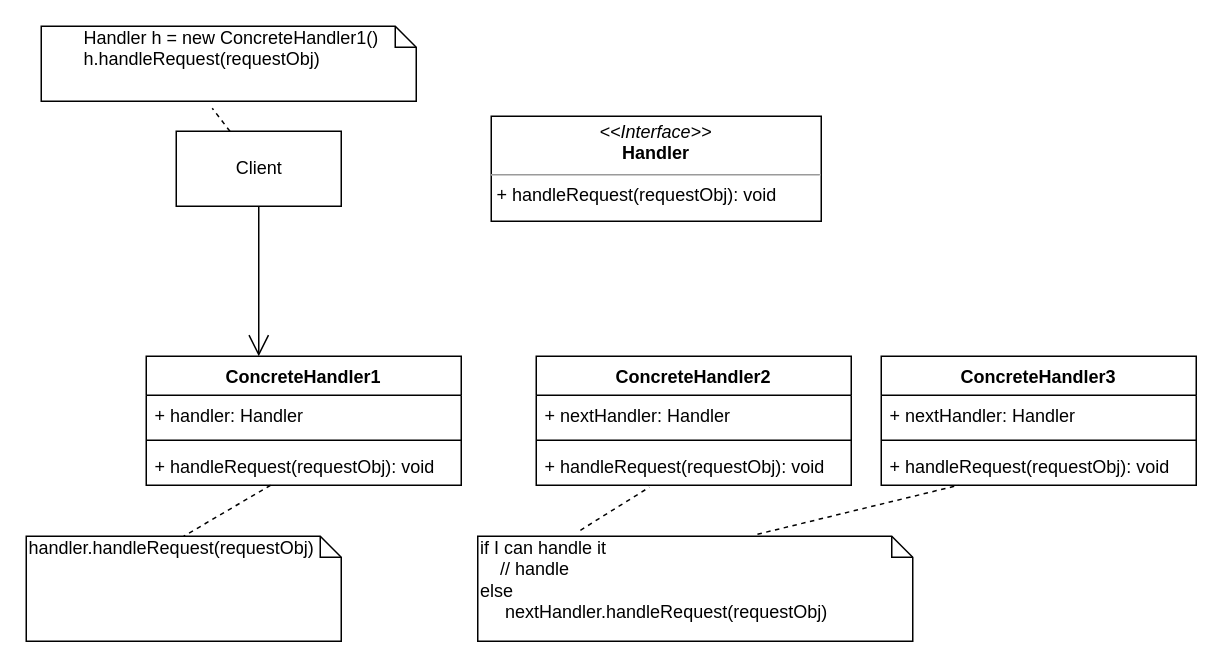
Earlier version of the draw.io diagram out/production/TIJ/DesignPatterns/behavioral/ChainOfResponsibility.drawio (pratik-sinhal/Programs). Source tidied: cells renumbered, new cells numbered last; positions are measured from the earlier drawing's top-left corner, leaving out a move shared by most shapes. Both pictures are drawn from the tidied source at 150%, with x=0, y=0 at pixel (26, 26).
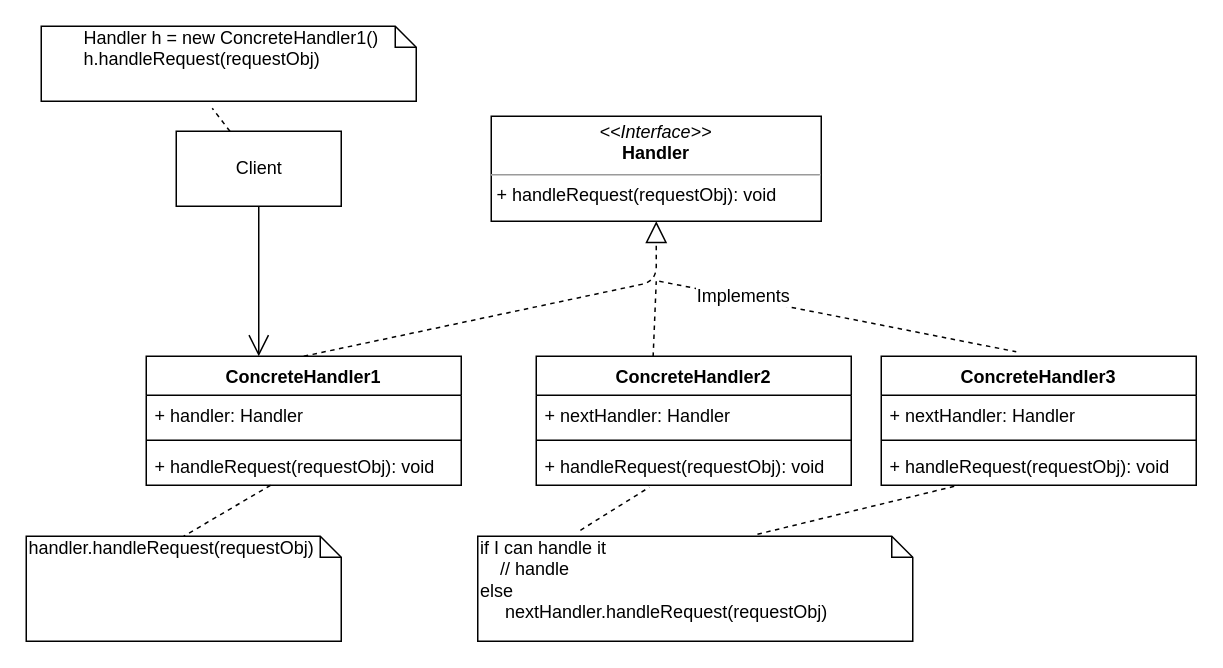
After the change.

The change refers to these unchanged cells:
```xml
<mxCell id="2" value="ConcreteHandler1" style="swimlane;fontStyle=1;align=center;verticalAlign=top;horizontal=1;startSize=26;" parent="1" vertex="1">
  <mxGeometry x="80" y="220" width="210" height="86" as="geometry" />
</mxCell>
<mxCell id="6" value="ConcreteHandler2" style="swimlane;fontStyle=1;align=center;verticalAlign=top;horizontal=1;startSize=26;" parent="1" vertex="1">
  <mxGeometry x="340" y="220" width="210" height="86" as="geometry" />
</mxCell>
<mxCell id="15" value="&lt;p style=&quot;margin: 0px ; margin-top: 4px ; text-align: center&quot;&gt;&lt;i&gt;&amp;lt;&amp;lt;Interface&amp;gt;&amp;gt;&lt;/i&gt;&lt;br&gt;&lt;b&gt;Handler&lt;/b&gt;&lt;/p&gt;&lt;hr size=&quot;1&quot;&gt;&lt;p style=&quot;margin: 0px ; margin-left: 4px&quot;&gt;&lt;/p&gt;&lt;p style=&quot;margin: 0px ; margin-left: 4px&quot;&gt;+ handleRequest(requestObj): void&lt;br&gt;&lt;br&gt;&lt;/p&gt;" style="verticalAlign=top;align=left;overflow=fill;fontSize=12;fontFamily=Helvetica;html=1;" parent="1" vertex="1">
  <mxGeometry x="310" y="60" width="220" height="70" as="geometry" />
</mxCell>
```

What changed in the source:
```diff
@@
+    <mxCell id="24" style="endArrow=block;dashed=1;endFill=0;endSize=12;html=1;exitX=0.5;exitY=0;exitDx=0;exitDy=0;entryX=0.5;entryY=1;entryDx=0;entryDy=0;" parent="1" edge="1" source="2" target="15">
+      <mxGeometry relative="1" as="geometry">
+        <Array as="points">
+          <mxPoint x="420" y="170" />
+        </Array>
+      </mxGeometry>
+    </mxCell>
+    <mxCell id="25" style="endArrow=none;dashed=1;html=1;exitX=0.371;exitY=0.005;exitDx=0;exitDy=0;exitPerimeter=0;" parent="1" edge="1" source="6">
+      <mxGeometry relative="1" as="geometry">
+        <mxPoint x="420" y="170" as="targetPoint" />
+      </mxGeometry>
+    </mxCell>
+    <mxCell id="26" style="endArrow=none;dashed=1;html=1;" parent="1" edge="1">
+      <mxGeometry relative="1" as="geometry">
+        <mxPoint x="422" y="170" as="sourcePoint" />
+        <mxPoint x="660" y="217" as="targetPoint" />
+      </mxGeometry>
+    </mxCell>
+    <mxCell id="27" value="Implements" style="text;html=1;align=center;verticalAlign=middle;labelBackgroundColor=#ffffff;" parent="26" vertex="1">
+      <mxGeometry x="-0.54" y="1" relative="1" as="geometry" />
+    </mxCell>
```
